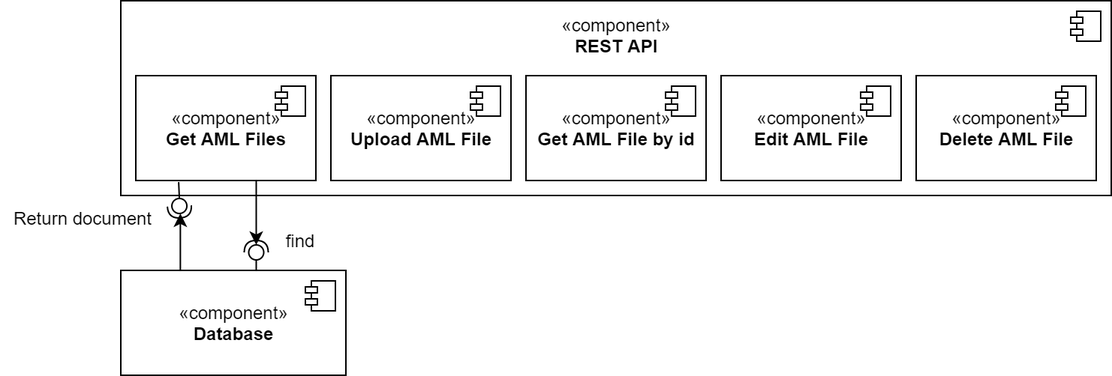
Earlier version of the draw.io export PROJECT/MODs (Modul Documentations)/assets/components_REST_API_SUB1.png (NurNils/aml-nosql-database-management). Source tidied: cells renumbered, new cells last; positions are measured from the earlier drawing's top-left corner, leaving out a move shared by most shapes.
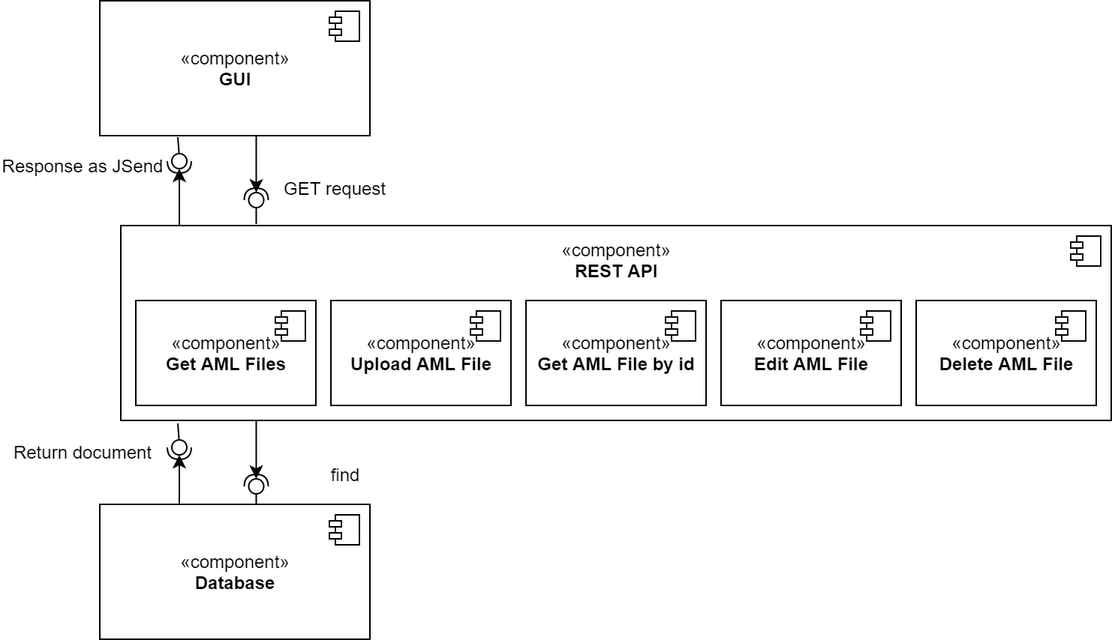
Later version of the same file.

Commit message:
Updated component diagrams

Change to the diagram source:
```diff
@@ -2,117 +2,175 @@
   <root>
     <mxCell id="0" />
     <mxCell id="1" parent="0" />
-    <mxCell id="2" style="shape=module;jettyWidth=8;jettyHeight=4;" parent="1" vertex="1">
-      <mxGeometry x="473" y="2" width="20" height="20" as="geometry" />
-    </mxCell>
-    <mxCell id="3" style="group;" parent="1" vertex="1">
-      <mxGeometry x="80" width="660" height="170" as="geometry" />
-    </mxCell>
+    <mxCell id="30" style="group;rotation=90;" parent="1" vertex="1">
+      <mxGeometry x="354" y="-25" width="77.5" height="10" as="geometry" />
+    </mxCell>
+    <mxCell id="31" style="rounded=0;jettySize=auto;html=1;endArrow=none;endFill=0;" parent="30" edge="1" target="33">
+      <mxGeometry relative="1" as="geometry">
+        <mxPoint x="-202" y="-34" as="sourcePoint" />
+      </mxGeometry>
+    </mxCell>
+    <mxCell id="32" style="rounded=0;jettySize=auto;html=1;endArrow=halfCircle;endFill=0;entryX=0.5;entryY=0.5;entryDx=0;entryDy=0;endSize=6;strokeWidth=1;" parent="30" edge="1" target="33">
+      <mxGeometry relative="1" as="geometry">
+        <mxPoint x="-201" y="-6" as="sourcePoint" />
+      </mxGeometry>
+    </mxCell>
+    <mxCell id="33" style="ellipse;whiteSpace=wrap;html=1;fontFamily=Helvetica;fontSize=12;fontColor=#000000;align=center;strokeColor=#000000;fillColor=#ffffff;points=[];rotation=90;" parent="30" vertex="1">
+      <mxGeometry x="-206" y="-23" width="10" height="10" as="geometry" />
+    </mxCell>
+    <mxCell id="34" style="endArrow=classic;html=1;" parent="30" edge="1">
+      <mxGeometry relative="1" as="geometry">
+        <mxPoint x="-201" y="36" as="sourcePoint" />
+        <mxPoint x="-201" y="-13" as="targetPoint" />
+      </mxGeometry>
+    </mxCell>
+    <mxCell id="35" style="group;rotation=-90;" parent="1" vertex="1">
+      <mxGeometry x="165.2" y="-45" width="77.5" height="10" as="geometry" />
+    </mxCell>
+    <mxCell id="36" style="rounded=0;jettySize=auto;html=1;endArrow=none;endFill=0;" parent="35" edge="1" target="38">
+      <mxGeometry relative="1" as="geometry">
+        <mxPoint x="39" y="44" as="sourcePoint" />
+      </mxGeometry>
+    </mxCell>
+    <mxCell id="37" style="rounded=0;jettySize=auto;html=1;endArrow=halfCircle;endFill=0;entryX=0.5;entryY=0.5;entryDx=0;entryDy=0;endSize=6;strokeWidth=1;" parent="35" edge="1" target="38">
+      <mxGeometry relative="1" as="geometry">
+        <mxPoint x="39" y="16" as="sourcePoint" />
+      </mxGeometry>
+    </mxCell>
+    <mxCell id="38" style="ellipse;whiteSpace=wrap;html=1;fontFamily=Helvetica;fontSize=12;fontColor=#000000;align=center;strokeColor=#000000;fillColor=#ffffff;points=[];rotation=-90;" parent="35" vertex="1">
+      <mxGeometry x="34" y="23" width="10" height="10" as="geometry" />
+    </mxCell>
+    <mxCell id="39" style="endArrow=classic;html=1;" parent="35" edge="1">
+      <mxGeometry relative="1" as="geometry">
+        <mxPoint x="39" y="-26" as="sourcePoint" />
+        <mxPoint x="39" y="23" as="targetPoint" />
+      </mxGeometry>
+    </mxCell>
+    <mxCell id="40" value="Response as JSend" style="text;html=1;strokeColor=none;fillColor=none;align=center;verticalAlign=middle;whiteSpace=wrap;rounded=0;" parent="1" vertex="1">
+      <mxGeometry x="34" y="-50" width="110" height="20" as="geometry" />
+    </mxCell>
+    <mxCell id="41" style="shape=module;jettyWidth=8;jettyHeight=4;" parent="1" vertex="1">
+      <mxGeometry x="507" y="2" width="20" height="20" as="geometry" />
+    </mxCell>
+    <mxCell id="42" value="GET request" style="text;html=1;strokeColor=none;fillColor=none;align=center;verticalAlign=middle;whiteSpace=wrap;rounded=0;" parent="1" vertex="1">
+      <mxGeometry x="214" y="-35" width="86" height="20" as="geometry" />
+    </mxCell>
+    <mxCell id="43" style="group;" parent="1" vertex="1">
+      <mxGeometry x="114" width="660" height="170" as="geometry" />
+    </mxCell>
+    <mxCell id="44" style="group;rotation=90;" parent="43" vertex="1">
+      <mxGeometry y="166" width="77.5" height="10" as="geometry" />
+    </mxCell>
+    <mxCell id="45" style="rounded=0;jettySize=auto;html=1;endArrow=none;endFill=0;" parent="44" edge="1" target="47">
+      <mxGeometry relative="1" as="geometry">
+        <mxPoint x="38" y="-34" as="sourcePoint" />
+      </mxGeometry>
+    </mxCell>
+    <mxCell id="46" style="rounded=0;jettySize=auto;html=1;endArrow=halfCircle;endFill=0;entryX=0.5;entryY=0.5;entryDx=0;entryDy=0;endSize=6;strokeWidth=1;" parent="44" edge="1" target="47">
+      <mxGeometry relative="1" as="geometry">
+        <mxPoint x="39" y="-6" as="sourcePoint" />
+      </mxGeometry>
+    </mxCell>
+    <mxCell id="47" style="ellipse;whiteSpace=wrap;html=1;fontFamily=Helvetica;fontSize=12;fontColor=#000000;align=center;strokeColor=#000000;fillColor=#ffffff;points=[];rotation=90;" parent="44" vertex="1">
+      <mxGeometry x="34" y="-23" width="10" height="10" as="geometry" />
+    </mxCell>
+    <mxCell id="48" style="endArrow=classic;html=1;" parent="44" edge="1">
+      <mxGeometry relative="1" as="geometry">
+        <mxPoint x="39" y="36" as="sourcePoint" />
+        <mxPoint x="39" y="-13" as="targetPoint" />
+      </mxGeometry>
+    </mxCell>
+    <mxCell id="49" style="group;rotation=-90;" parent="43" vertex="1">
+      <mxGeometry x="51.2" y="146" width="77.5" height="10" as="geometry" />
+    </mxCell>
+    <mxCell id="50" style="rounded=0;jettySize=auto;html=1;endArrow=none;endFill=0;" parent="49" edge="1" target="52">
+      <mxGeometry relative="1" as="geometry">
+        <mxPoint x="39" y="44" as="sourcePoint" />
+      </mxGeometry>
+    </mxCell>
+    <mxCell id="51" style="rounded=0;jettySize=auto;html=1;endArrow=halfCircle;endFill=0;entryX=0.5;entryY=0.5;entryDx=0;entryDy=0;endSize=6;strokeWidth=1;" parent="49" edge="1" target="52">
+      <mxGeometry relative="1" as="geometry">
+        <mxPoint x="39" y="16" as="sourcePoint" />
+      </mxGeometry>
+    </mxCell>
+    <mxCell id="52" style="ellipse;whiteSpace=wrap;html=1;fontFamily=Helvetica;fontSize=12;fontColor=#000000;align=center;strokeColor=#000000;fillColor=#ffffff;points=[];rotation=-90;" parent="49" vertex="1">
+      <mxGeometry x="34" y="23" width="10" height="10" as="geometry" />
+    </mxCell>
+    <mxCell id="53" style="endArrow=classic;html=1;" parent="49" edge="1">
+      <mxGeometry relative="1" as="geometry">
+        <mxPoint x="39" y="-26" as="sourcePoint" />
+        <mxPoint x="39" y="23" as="targetPoint" />
+      </mxGeometry>
+    </mxCell>
-    <mxCell id="4" value="«component»&lt;br&gt;&lt;b&gt;REST API&lt;br&gt;&lt;br&gt;&lt;br&gt;&lt;br&gt;&lt;br&gt;&lt;br&gt;&lt;br&gt;&lt;/b&gt;" style="html=1;" parent="3" vertex="1">
+    <mxCell id="4" value="«component»&lt;br&gt;&lt;b&gt;REST API&lt;br&gt;&lt;br&gt;&lt;br&gt;&lt;br&gt;&lt;br&gt;&lt;br&gt;&lt;br&gt;&lt;/b&gt;" style="html=1;" parent="43" vertex="1">
       <mxGeometry width="660" height="130" as="geometry" />
     </mxCell>
-    <mxCell id="5" style="shape=module;jettyWidth=8;jettyHeight=4;" parent="4" vertex="1">
-      <mxGeometry x="1" width="20" height="20" relative="1" as="geometry">
-        <mxPoint x="-27" y="7" as="offset" />
-      </mxGeometry>
-    </mxCell>
-    <mxCell id="6" style="group;rotation=-90;" parent="3" vertex="1">
-      <mxGeometry x="291.2" y="140" width="77.5" height="10" as="geometry" />
-    </mxCell>
-    <mxCell id="7" style="rounded=0;jettySize=auto;html=1;endArrow=halfCircle;endFill=0;entryX=0.5;entryY=0.5;entryDx=0;entryDy=0;endSize=6;strokeWidth=1;" parent="6" edge="1" target="8">
-      <mxGeometry relative="1" as="geometry">
-        <mxPoint x="-201" y="16" as="sourcePoint" />
-      </mxGeometry>
-    </mxCell>
-    <mxCell id="8" style="ellipse;whiteSpace=wrap;html=1;fontFamily=Helvetica;fontSize=12;fontColor=#000000;align=center;strokeColor=#000000;fillColor=#ffffff;points=[];rotation=-90;" parent="6" vertex="1">
-      <mxGeometry x="-206" y="23" width="10" height="10" as="geometry" />
-    </mxCell>
-    <mxCell id="9" style="rounded=0;jettySize=auto;html=1;endArrow=none;endFill=0;" parent="6" edge="1" target="8">
-      <mxGeometry relative="1" as="geometry">
-        <mxPoint x="-201" y="44" as="sourcePoint" />
-      </mxGeometry>
-    </mxCell>
-    <mxCell id="10" style="endArrow=classic;html=1;" parent="6" edge="1">
-      <mxGeometry relative="1" as="geometry">
-        <mxPoint x="-201" y="-26" as="sourcePoint" />
-        <mxPoint x="-201" y="23" as="targetPoint" />
-      </mxGeometry>
-    </mxCell>
+    <mxCell id="54" style="shape=module;jettyWidth=8;jettyHeight=4;" parent="4" vertex="1">
+      <mxGeometry x="1" width="20" height="20" relative="1" as="geometry">
+        <mxPoint x="-27" y="7" as="offset" />
+      </mxGeometry>
+    </mxCell>
-    <mxCell id="11" value="«component»&lt;br&gt;&lt;b&gt;Get AML Files&lt;/b&gt;" style="html=1;" parent="3" vertex="1">
+    <mxCell id="11" value="«component»&lt;br&gt;&lt;b&gt;Get AML Files&lt;/b&gt;" style="html=1;" parent="43" vertex="1">
       <mxGeometry x="10" y="50" width="120" height="70" as="geometry" />
     </mxCell>
-    <mxCell id="12" style="shape=module;jettyWidth=8;jettyHeight=4;" parent="11" vertex="1">
-      <mxGeometry x="1" width="20" height="20" relative="1" as="geometry">
-        <mxPoint x="-27" y="7" as="offset" />
-      </mxGeometry>
-    </mxCell>
+    <mxCell id="55" style="shape=module;jettyWidth=8;jettyHeight=4;" parent="11" vertex="1">
+      <mxGeometry x="1" width="20" height="20" relative="1" as="geometry">
+        <mxPoint x="-27" y="7" as="offset" />
+      </mxGeometry>
+    </mxCell>
-    <mxCell id="13" value="«component»&lt;br&gt;&lt;b&gt;Upload AML File&lt;/b&gt;" style="html=1;" parent="3" vertex="1">
+    <mxCell id="13" value="«component»&lt;br&gt;&lt;b&gt;Upload AML File&lt;/b&gt;" style="html=1;" parent="43" vertex="1">
       <mxGeometry x="140" y="50" width="120" height="70" as="geometry" />
     </mxCell>
-    <mxCell id="14" style="shape=module;jettyWidth=8;jettyHeight=4;" parent="13" vertex="1">
-      <mxGeometry x="1" width="20" height="20" relative="1" as="geometry">
-        <mxPoint x="-27" y="7" as="offset" />
-      </mxGeometry>
-    </mxCell>
+    <mxCell id="56" style="shape=module;jettyWidth=8;jettyHeight=4;" parent="13" vertex="1">
+      <mxGeometry x="1" width="20" height="20" relative="1" as="geometry">
+        <mxPoint x="-27" y="7" as="offset" />
+      </mxGeometry>
+    </mxCell>
-    <mxCell id="15" value="«component»&lt;br&gt;&lt;b&gt;Get AML File by id&lt;/b&gt;" style="html=1;" parent="3" vertex="1">
+    <mxCell id="15" value="«component»&lt;br&gt;&lt;b&gt;Get AML File by id&lt;/b&gt;" style="html=1;" parent="43" vertex="1">
       <mxGeometry x="270" y="50" width="120" height="70" as="geometry" />
     </mxCell>
-    <mxCell id="16" style="shape=module;jettyWidth=8;jettyHeight=4;" parent="15" vertex="1">
-      <mxGeometry x="1" width="20" height="20" relative="1" as="geometry">
-        <mxPoint x="-27" y="7" as="offset" />
-      </mxGeometry>
-    </mxCell>
+    <mxCell id="57" style="shape=module;jettyWidth=8;jettyHeight=4;" parent="15" vertex="1">
+      <mxGeometry x="1" width="20" height="20" relative="1" as="geometry">
+        <mxPoint x="-27" y="7" as="offset" />
+      </mxGeometry>
+    </mxCell>
-    <mxCell id="17" value="«component»&lt;br&gt;&lt;b&gt;Edit AML File&lt;/b&gt;" style="html=1;" parent="3" vertex="1">
+    <mxCell id="17" value="«component»&lt;br&gt;&lt;b&gt;Edit AML File&lt;/b&gt;" style="html=1;" parent="43" vertex="1">
       <mxGeometry x="400" y="50" width="120" height="70" as="geometry" />
     </mxCell>
-    <mxCell id="18" style="shape=module;jettyWidth=8;jettyHeight=4;" parent="17" vertex="1">
-      <mxGeometry x="1" width="20" height="20" relative="1" as="geometry">
-        <mxPoint x="-27" y="7" as="offset" />
-      </mxGeometry>
-    </mxCell>
+    <mxCell id="58" style="shape=module;jettyWidth=8;jettyHeight=4;" parent="17" vertex="1">
+      <mxGeometry x="1" width="20" height="20" relative="1" as="geometry">
+        <mxPoint x="-27" y="7" as="offset" />
+      </mxGeometry>
+    </mxCell>
-    <mxCell id="19" value="«component»&lt;br&gt;&lt;b&gt;Delete AML File&lt;/b&gt;" style="html=1;" parent="3" vertex="1">
+    <mxCell id="19" value="«component»&lt;br&gt;&lt;b&gt;Delete AML File&lt;/b&gt;" style="html=1;" parent="43" vertex="1">
       <mxGeometry x="530" y="50" width="120" height="70" as="geometry" />
     </mxCell>
-    <mxCell id="20" style="shape=module;jettyWidth=8;jettyHeight=4;" parent="19" vertex="1">
-      <mxGeometry x="1" width="20" height="20" relative="1" as="geometry">
-        <mxPoint x="-27" y="7" as="offset" />
-      </mxGeometry>
-    </mxCell>
+    <mxCell id="59" style="shape=module;jettyWidth=8;jettyHeight=4;" parent="19" vertex="1">
+      <mxGeometry x="1" width="20" height="20" relative="1" as="geometry">
+        <mxPoint x="-27" y="7" as="offset" />
+      </mxGeometry>
+    </mxCell>
-    <mxCell id="21" value="Return document" style="text;html=1;strokeColor=none;fillColor=none;align=center;verticalAlign=middle;whiteSpace=wrap;rounded=0;" parent="3" vertex="1">
-      <mxGeometry x="-80" y="135" width="110" height="20" as="geometry" />
+    <mxCell id="21" value="Return document" style="text;html=1;strokeColor=none;fillColor=none;align=center;verticalAlign=middle;whiteSpace=wrap;rounded=0;" parent="43" vertex="1">
+      <mxGeometry x="-80" y="141" width="110" height="20" as="geometry" />
     </mxCell>
-    <mxCell id="22" style="group;rotation=90;" parent="3" vertex="1">
-      <mxGeometry x="-10" y="160" width="87.5" height="10" as="geometry" />
-    </mxCell>
-    <mxCell id="23" style="rounded=0;jettySize=auto;html=1;endArrow=none;endFill=0;" parent="22" edge="1" target="25">
-      <mxGeometry relative="1" as="geometry">
-        <mxPoint x="48.5" y="-39" as="sourcePoint" />
-      </mxGeometry>
-    </mxCell>
-    <mxCell id="24" style="rounded=0;jettySize=auto;html=1;endArrow=halfCircle;endFill=0;entryX=0.5;entryY=0.5;entryDx=0;entryDy=0;endSize=6;strokeWidth=1;" parent="22" edge="1" target="25">
-      <mxGeometry relative="1" as="geometry">
-        <mxPoint x="49.7" y="-11" as="sourcePoint" />
-      </mxGeometry>
-    </mxCell>
-    <mxCell id="25" style="ellipse;whiteSpace=wrap;html=1;fontFamily=Helvetica;fontSize=12;fontColor=#000000;align=center;strokeColor=#000000;fillColor=#ffffff;points=[];rotation=90;" parent="22" vertex="1">
-      <mxGeometry x="44" y="-28" width="10" height="10" as="geometry" />
-    </mxCell>
-    <mxCell id="26" style="endArrow=classic;html=1;" parent="22" edge="1">
-      <mxGeometry relative="1" as="geometry">
-        <mxPoint x="49.7" y="31" as="sourcePoint" />
-        <mxPoint x="49.7" y="-18" as="targetPoint" />
-      </mxGeometry>
-    </mxCell>
     <mxCell id="27" value="«component»&lt;br&gt;&lt;b&gt;Database&lt;/b&gt;" style="html=1;" parent="1" vertex="1">
-      <mxGeometry x="80" y="180" width="150" height="70" as="geometry" />
+      <mxGeometry x="100" y="186" width="180" height="90" as="geometry" />
     </mxCell>
-    <mxCell id="28" style="shape=module;jettyWidth=8;jettyHeight=4;" parent="27" vertex="1">
-      <mxGeometry x="1" width="20" height="20" relative="1" as="geometry">
-        <mxPoint x="-27" y="7" as="offset" />
-      </mxGeometry>
-    </mxCell>
+    <mxCell id="60" style="shape=module;jettyWidth=8;jettyHeight=4;" parent="27" vertex="1">
+      <mxGeometry x="1" width="20" height="20" relative="1" as="geometry">
+        <mxPoint x="-27" y="7" as="offset" />
+      </mxGeometry>
+    </mxCell>
     <mxCell id="29" value="find" style="text;html=1;strokeColor=none;fillColor=none;align=center;verticalAlign=middle;whiteSpace=wrap;rounded=0;" parent="1" vertex="1">
-      <mxGeometry x="180" y="150" width="40" height="20" as="geometry" />
+      <mxGeometry x="214" y="156" width="100" height="20" as="geometry" />
     </mxCell>
+    <mxCell id="61" value="«component»&lt;br&gt;&lt;b&gt;GUI&lt;/b&gt;" style="html=1;" parent="1" vertex="1">
+      <mxGeometry x="100" y="-150" width="180" height="90" as="geometry" />
+    </mxCell>
+    <mxCell id="62" style="shape=module;jettyWidth=8;jettyHeight=4;" parent="61" vertex="1">
+      <mxGeometry x="1" width="20" height="20" relative="1" as="geometry">
+        <mxPoint x="-27" y="7" as="offset" />
+      </mxGeometry>
+    </mxCell>
   </root>
 </mxGraphModel>
```
